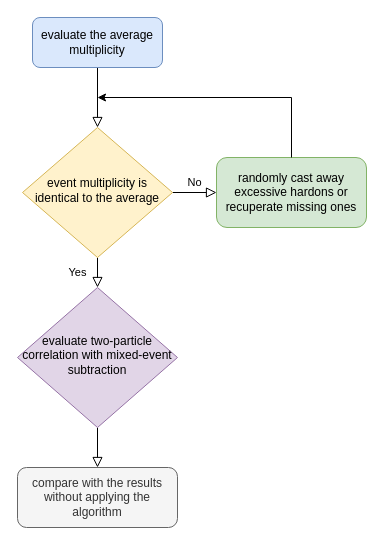
The draw.io diagram universe_manuscript.drawio in gamebm/draw.io, before the edit. Source tidied: cells renumbered, new cells numbered last; positions are measured from the earlier drawing's top-left corner, leaving out a move shared by most shapes. Both pictures are drawn from the tidied source at 100%, with x=0, y=0 at pixel (17, 17).
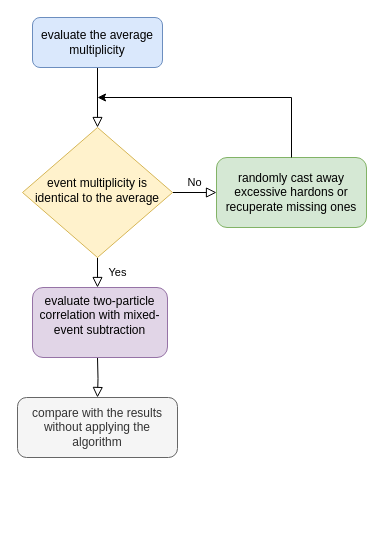
After the change.

Diff of the diagram source:
```diff
@@
 <mxGraphModel>
   <root>
     <mxCell id="0" />
     <mxCell id="1" parent="0" />
     <mxCell id="2" style="rounded=0;html=1;jettySize=auto;fontSize=11;endArrow=block;endFill=0;endSize=8;strokeWidth=1;shadow=0;labelBackgroundColor=none;edgeStyle=orthogonalEdgeStyle;" parent="1" edge="1" source="3" target="6">
       <mxGeometry relative="1" as="geometry" />
     </mxCell>
     <mxCell id="3" value="evaluate the average multiplicity" style="rounded=1;whiteSpace=wrap;html=1;fontSize=12;glass=0;strokeWidth=1;shadow=0;fillColor=#dae8fc;strokeColor=#6c8ebf;" parent="1" vertex="1">
       <mxGeometry x="15" width="130" height="50" as="geometry" />
     </mxCell>
-    <mxCell id="4" value="Yes" style="rounded=0;html=1;jettySize=auto;fontSize=11;endArrow=block;endFill=0;endSize=8;strokeWidth=1;shadow=0;labelBackgroundColor=none;edgeStyle=orthogonalEdgeStyle;" parent="1" edge="1" source="6" target="9">
-      <mxGeometry y="20" relative="1" as="geometry" />
+    <mxCell id="4" value="Yes" style="rounded=0;html=1;jettySize=auto;fontSize=11;endArrow=block;endFill=0;endSize=8;strokeWidth=1;shadow=0;labelBackgroundColor=none;edgeStyle=orthogonalEdgeStyle;" parent="1" edge="1" source="6">
+      <mxGeometry y="20" relative="1" as="geometry">
+        <mxPoint x="80" y="270" as="targetPoint" />
+      </mxGeometry>
     </mxCell>
     <mxCell id="5" value="No" style="edgeStyle=orthogonalEdgeStyle;rounded=0;html=1;jettySize=auto;fontSize=11;endArrow=block;endFill=0;endSize=8;strokeWidth=1;shadow=0;labelBackgroundColor=none;" parent="1" edge="1" source="6" target="7">
       <mxGeometry y="10" relative="1" as="geometry" />
     </mxCell>
     <mxCell id="6" value="event multiplicity is identical to the average" style="rhombus;whiteSpace=wrap;html=1;shadow=0;fontFamily=Helvetica;fontSize=12;align=center;strokeWidth=1;spacing=6;spacingTop=-4;fillColor=#fff2cc;strokeColor=#d6b656;" parent="1" vertex="1">
       <mxGeometry x="5" y="110" width="150" height="130" as="geometry" />
     </mxCell>
     <mxCell id="7" value="randomly cast away excessive hardons or recuperate missing ones " style="rounded=1;whiteSpace=wrap;html=1;fontSize=12;glass=0;strokeWidth=1;shadow=0;fillColor=#d5e8d4;strokeColor=#82b366;" parent="1" vertex="1">
       <mxGeometry x="199" y="140" width="150" height="70" as="geometry" />
     </mxCell>
-    <mxCell id="8" style="rounded=0;html=1;jettySize=auto;fontSize=11;endArrow=block;endFill=0;endSize=8;strokeWidth=1;shadow=0;labelBackgroundColor=none;edgeStyle=orthogonalEdgeStyle;" parent="1" edge="1" source="9" target="10">
-      <mxGeometry x="0.33" y="20" relative="1" as="geometry" />
+    <mxCell id="8" style="rounded=0;html=1;jettySize=auto;fontSize=11;endArrow=block;endFill=0;endSize=8;strokeWidth=1;shadow=0;labelBackgroundColor=none;edgeStyle=orthogonalEdgeStyle;" parent="1" edge="1" target="10">
+      <mxGeometry x="0.33" y="20" relative="1" as="geometry">
+        <mxPoint x="80" y="340" as="sourcePoint" />
+      </mxGeometry>
     </mxCell>
-    <mxCell id="9" value="evaluate two-particle correlation with mixed-event subtraction" style="rhombus;whiteSpace=wrap;html=1;shadow=0;fontFamily=Helvetica;fontSize=12;align=center;strokeWidth=1;spacing=6;spacingTop=-4;fillColor=#e1d5e7;strokeColor=#9673a6;" parent="1" vertex="1">
-      <mxGeometry y="270" width="160" height="140" as="geometry" />
-    </mxCell>
     <mxCell id="10" value="&lt;div&gt;compare with the results without applying the algorithm&lt;/div&gt;" style="rounded=1;whiteSpace=wrap;html=1;fontSize=12;glass=0;strokeWidth=1;shadow=0;fillColor=#f5f5f5;fontColor=#333333;strokeColor=#666666;" parent="1" vertex="1">
-      <mxGeometry y="450" width="160" height="60" as="geometry" />
+      <mxGeometry y="380" width="160" height="60" as="geometry" />
     </mxCell>
     <mxCell id="11" style="endArrow=classic;html=1;rounded=0;exitX=0.5;exitY=0;exitDx=0;exitDy=0;" parent="1" edge="1" source="7">
       <mxGeometry relative="1" as="geometry">
         <mxPoint x="80" y="80" as="targetPoint" />
         <Array as="points">
           <mxPoint x="274" y="80" />
         </Array>
       </mxGeometry>
     </mxCell>
+    <mxCell id="9" value="&#10;&lt;br&gt;evaluate two-particle correlation with mixed-event subtraction&lt;br&gt;&lt;br&gt;&#10;&#10;" style="rounded=1;whiteSpace=wrap;html=1;fillColor=#e1d5e7;strokeColor=#9673a6;" parent="1" vertex="1">
+      <mxGeometry x="15" y="270" width="135" height="70" as="geometry" />
+    </mxCell>
   </root>
 </mxGraphModel>
```
